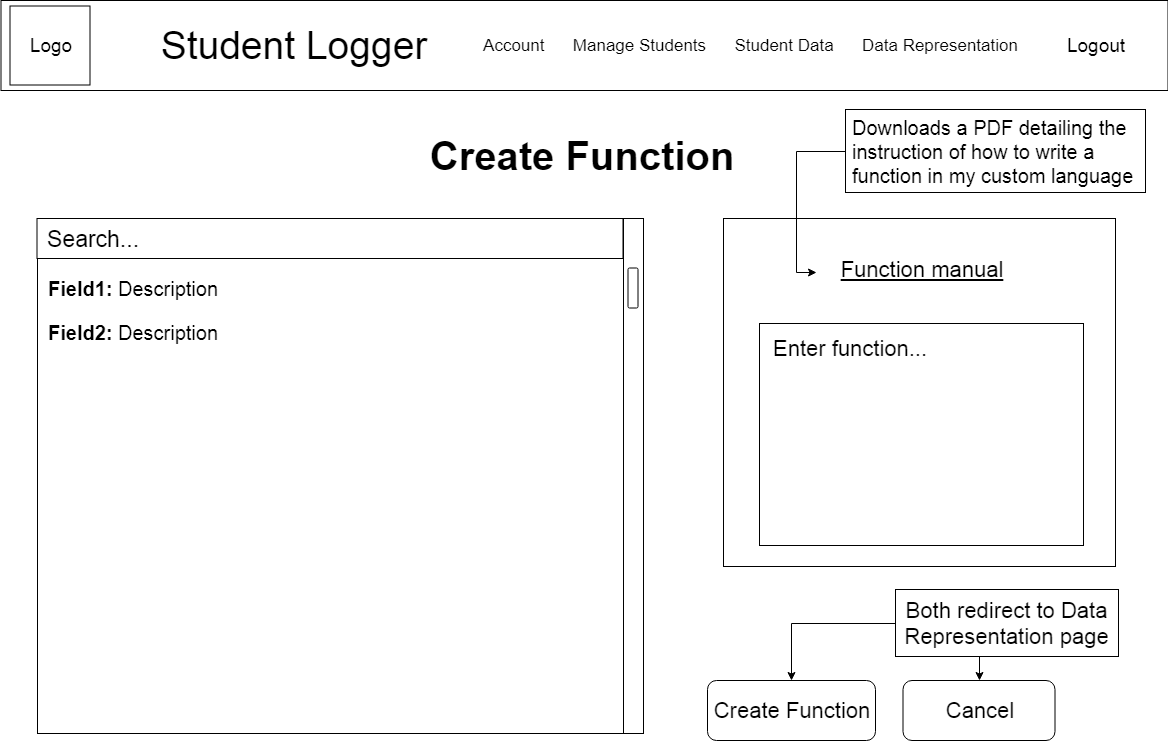
The draw.io diagram diagrams/images/Create function page.png in SheriffEllis/StudentLogger, before a commit. Source tidied: cells renumbered, new cells last; positions are measured from the earlier drawing's top-left corner, leaving out a move shared by most shapes. Its diagram source:
```xml
<mxGraphModel>
  <root>
    <mxCell id="0" />
    <mxCell id="1" parent="0" />
    <mxCell id="2" style="rounded=0;whiteSpace=wrap;html=1;" parent="1" vertex="1">
      <mxGeometry x="0.5" width="1167" height="90" as="geometry" />
    </mxCell>
    <mxCell id="3" value="Logo" style="rounded=0;whiteSpace=wrap;html=1;fontSize=19;" parent="1" vertex="1">
      <mxGeometry x="9.5" y="5.5" width="80" height="79" as="geometry" />
    </mxCell>
    <mxCell id="4" value="Student Logger" style="text;html=1;strokeColor=none;fillColor=none;align=center;verticalAlign=middle;whiteSpace=wrap;rounded=0;fontSize=39;" parent="1" vertex="1">
      <mxGeometry x="136.5" y="18.5" width="312" height="53" as="geometry" />
    </mxCell>
    <mxCell id="5" value="Account&amp;nbsp; &amp;nbsp; &amp;nbsp; Manage Students&amp;nbsp; &amp;nbsp; &amp;nbsp; Student Data&amp;nbsp; &amp;nbsp; &amp;nbsp; Data Representation" style="text;html=1;strokeColor=none;fillColor=none;align=center;verticalAlign=middle;whiteSpace=wrap;rounded=0;fontSize=17;fontStyle=0;" parent="1" vertex="1">
      <mxGeometry x="476.5" y="35" width="547" height="20" as="geometry" />
    </mxCell>
    <mxCell id="6" value="Logout" style="text;html=1;strokeColor=none;fillColor=none;align=center;verticalAlign=middle;whiteSpace=wrap;rounded=0;fontSize=19;" parent="1" vertex="1">
      <mxGeometry x="1043.5" y="32" width="102" height="26" as="geometry" />
    </mxCell>
    <mxCell id="7" style="rounded=0;whiteSpace=wrap;html=1;fontSize=30;" parent="1" vertex="1">
      <mxGeometry x="37" y="218" width="586" height="515" as="geometry" />
    </mxCell>
    <mxCell id="8" value="Search...&lt;div style=&quot;text-align: left ; font-size: 23px&quot;&gt;&lt;/div&gt;" style="rounded=0;whiteSpace=wrap;html=1;fontSize=23;align=left;spacingLeft=7;" parent="1" vertex="1">
      <mxGeometry x="36.5" y="218" width="586" height="40" as="geometry" />
    </mxCell>
    <mxCell id="9" style="rounded=0;whiteSpace=wrap;html=1;fontSize=23;align=left;" parent="1" vertex="1">
      <mxGeometry x="623" y="218" width="20" height="515" as="geometry" />
    </mxCell>
    <mxCell id="10" style="rounded=1;whiteSpace=wrap;html=1;fontSize=23;align=left;" parent="1" vertex="1">
      <mxGeometry x="627.5" y="267.5" width="10" height="40" as="geometry" />
    </mxCell>
    <mxCell id="11" value="&lt;p style=&quot;line-height: 120% ; font-size: 20px&quot;&gt;&lt;font style=&quot;font-size: 20px&quot;&gt;&lt;b&gt;Field1:&lt;/b&gt;&amp;nbsp;Description&lt;br&gt;&lt;/font&gt;&lt;/p&gt;&lt;p style=&quot;line-height: 120% ; font-size: 20px&quot;&gt;&lt;font style=&quot;font-size: 20px&quot;&gt;&lt;b&gt;Field2:&lt;/b&gt;&amp;nbsp;Description&lt;/font&gt;&lt;/p&gt;" style="text;html=1;strokeColor=none;fillColor=none;align=left;verticalAlign=top;whiteSpace=wrap;rounded=0;fontSize=18;" parent="1" vertex="1">
      <mxGeometry x="46" y="250" width="668" height="205" as="geometry" />
    </mxCell>
    <mxCell id="12" value="Create Function" style="text;html=1;strokeColor=none;fillColor=none;align=center;verticalAlign=middle;whiteSpace=wrap;rounded=0;fontSize=40;fontStyle=1;" parent="1" vertex="1">
      <mxGeometry x="394" y="129.5" width="374" height="50" as="geometry" />
    </mxCell>
    <mxCell id="13" value="Create Function" style="rounded=1;whiteSpace=wrap;html=1;fontSize=22;align=center;" parent="1" vertex="1">
      <mxGeometry x="707" y="680" width="168" height="60" as="geometry" />
    </mxCell>
    <mxCell id="14" value="Cancel" style="rounded=1;whiteSpace=wrap;html=1;fontSize=22;align=center;" parent="1" vertex="1">
      <mxGeometry x="902.5" y="680" width="152" height="60" as="geometry" />
    </mxCell>
    <mxCell id="15" style="edgeStyle=orthogonalEdgeStyle;rounded=0;jettySize=auto;html=1;entryX=0.5;entryY=0;entryDx=0;entryDy=0;fontSize=22;" parent="1" edge="1" source="17" target="13">
      <mxGeometry relative="1" as="geometry" />
    </mxCell>
    <mxCell id="16" style="edgeStyle=orthogonalEdgeStyle;rounded=0;jettySize=auto;html=1;exitX=0.5;exitY=1;exitDx=0;exitDy=0;entryX=0.5;entryY=0;entryDx=0;entryDy=0;fontSize=22;" parent="1" edge="1" source="17" target="14">
      <mxGeometry relative="1" as="geometry" />
    </mxCell>
    <mxCell id="17" value="Both redirect to Data Representation page" style="rounded=0;whiteSpace=wrap;html=1;fontSize=22;align=center;" parent="1" vertex="1">
      <mxGeometry x="895" y="589" width="223" height="67" as="geometry" />
    </mxCell>
    <mxCell id="18" style="rounded=0;whiteSpace=wrap;html=1;fontSize=22;align=center;" parent="1" vertex="1">
      <mxGeometry x="723" y="218" width="392" height="348" as="geometry" />
    </mxCell>
    <mxCell id="19" value="Function manual" style="text;html=1;strokeColor=none;fillColor=none;align=center;verticalAlign=top;whiteSpace=wrap;rounded=0;fontSize=22;fontStyle=4;" parent="1" vertex="1">
      <mxGeometry x="816" y="250" width="210" height="44" as="geometry" />
    </mxCell>
    <mxCell id="20" value="&lt;div style=&quot;text-align: left&quot;&gt;&lt;span&gt;Enter function...&lt;/span&gt;&lt;/div&gt;&lt;div style=&quot;text-align: left&quot;&gt;&lt;/div&gt;" style="rounded=0;whiteSpace=wrap;html=1;fontSize=22;align=left;verticalAlign=top;spacingTop=5;spacingLeft=11;" parent="1" vertex="1">
      <mxGeometry x="759" y="323" width="324" height="222" as="geometry" />
    </mxCell>
    <mxCell id="21" style="edgeStyle=orthogonalEdgeStyle;rounded=0;jettySize=auto;html=1;exitX=0;exitY=0.5;exitDx=0;exitDy=0;entryX=0;entryY=0.5;entryDx=0;entryDy=0;fontSize=20;" parent="1" edge="1" source="22" target="19">
      <mxGeometry relative="1" as="geometry" />
    </mxCell>
    <mxCell id="22" value="Downloads a PDF detailing the instruction of how to write a function in my custom language" style="rounded=0;whiteSpace=wrap;html=1;fontSize=20;align=left;spacingLeft=4;" parent="1" vertex="1">
      <mxGeometry x="845" y="109" width="300" height="83" as="geometry" />
    </mxCell>
  </root>
</mxGraphModel>
```
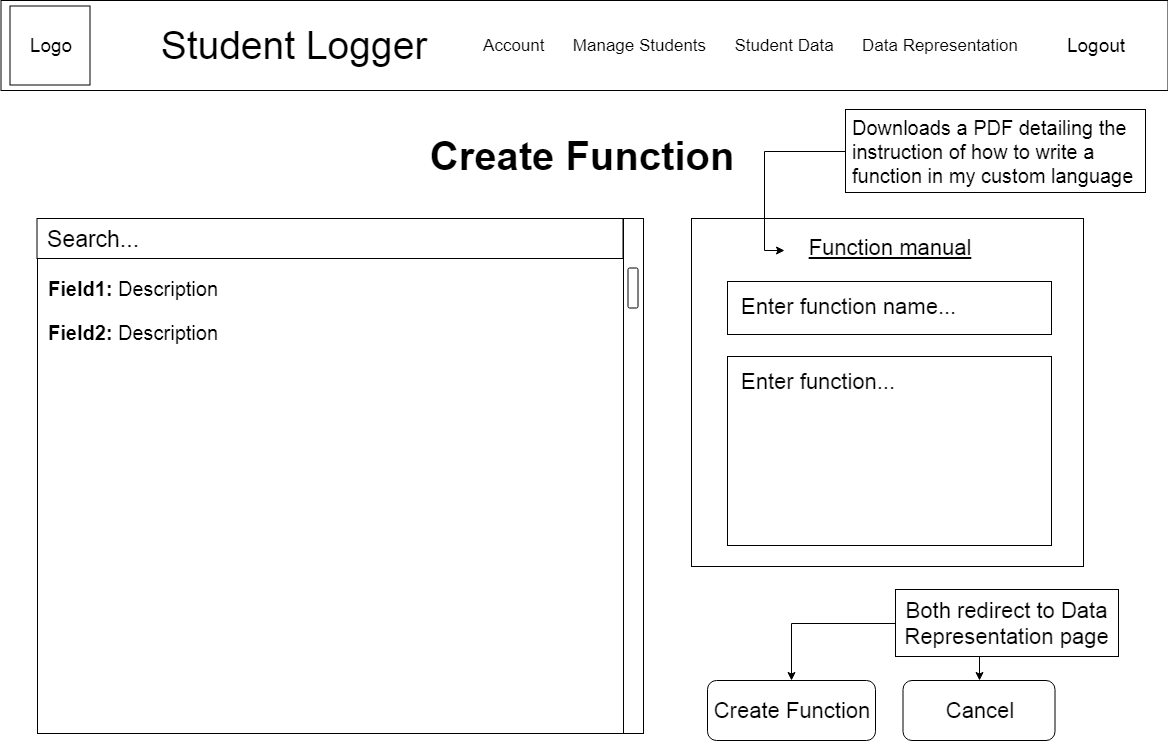
Later version of the same file.

The edit, as a diff of the source:
```diff
@@ -51,13 +51,13 @@
       <mxGeometry x="895" y="589" width="223" height="67" as="geometry" />
     </mxCell>
     <mxCell id="18" style="rounded=0;whiteSpace=wrap;html=1;fontSize=22;align=center;" parent="1" vertex="1">
-      <mxGeometry x="723" y="218" width="392" height="348" as="geometry" />
+      <mxGeometry x="691" y="218" width="392" height="348" as="geometry" />
     </mxCell>
     <mxCell id="19" value="Function manual" style="text;html=1;strokeColor=none;fillColor=none;align=center;verticalAlign=top;whiteSpace=wrap;rounded=0;fontSize=22;fontStyle=4;" parent="1" vertex="1">
-      <mxGeometry x="816" y="250" width="210" height="44" as="geometry" />
+      <mxGeometry x="784" y="228" width="210" height="44" as="geometry" />
     </mxCell>
     <mxCell id="20" value="&lt;div style=&quot;text-align: left&quot;&gt;&lt;span&gt;Enter function...&lt;/span&gt;&lt;/div&gt;&lt;div style=&quot;text-align: left&quot;&gt;&lt;/div&gt;" style="rounded=0;whiteSpace=wrap;html=1;fontSize=22;align=left;verticalAlign=top;spacingTop=5;spacingLeft=11;" parent="1" vertex="1">
-      <mxGeometry x="759" y="323" width="324" height="222" as="geometry" />
+      <mxGeometry x="727" y="356" width="324" height="189" as="geometry" />
     </mxCell>
     <mxCell id="21" style="edgeStyle=orthogonalEdgeStyle;rounded=0;jettySize=auto;html=1;exitX=0;exitY=0.5;exitDx=0;exitDy=0;entryX=0;entryY=0.5;entryDx=0;entryDy=0;fontSize=20;" parent="1" edge="1" source="22" target="19">
       <mxGeometry relative="1" as="geometry" />
@@ -65,5 +65,8 @@
     <mxCell id="22" value="Downloads a PDF detailing the instruction of how to write a function in my custom language" style="rounded=0;whiteSpace=wrap;html=1;fontSize=20;align=left;spacingLeft=4;" parent="1" vertex="1">
       <mxGeometry x="845" y="109" width="300" height="83" as="geometry" />
     </mxCell>
+    <mxCell id="23" value="&lt;div style=&quot;text-align: left&quot;&gt;&lt;span&gt;Enter function name...&lt;/span&gt;&lt;/div&gt;&lt;div style=&quot;text-align: left&quot;&gt;&lt;/div&gt;" style="rounded=0;whiteSpace=wrap;html=1;fontSize=22;align=left;verticalAlign=top;spacingTop=5;spacingLeft=11;" parent="1" vertex="1">
+      <mxGeometry x="727" y="281" width="324" height="53" as="geometry" />
+    </mxCell>
   </root>
 </mxGraphModel>
```
